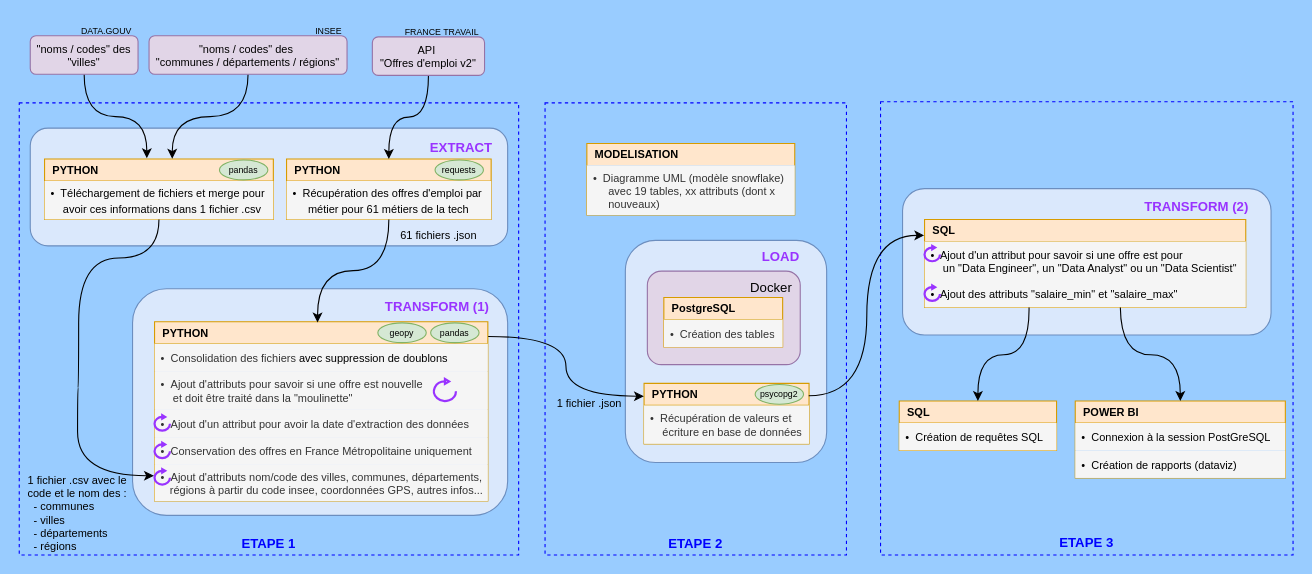
The draw.io diagram workflow_global.drawio in vimchun/Job-Market-in-France, before the edit. Source tidied: cells renumbered, new cells numbered last; positions are measured from the earlier drawing's top-left corner, leaving out a move shared by most shapes. Both pictures are drawn from the tidied source at 110%, with x=0, y=0 at pixel (19, 19).
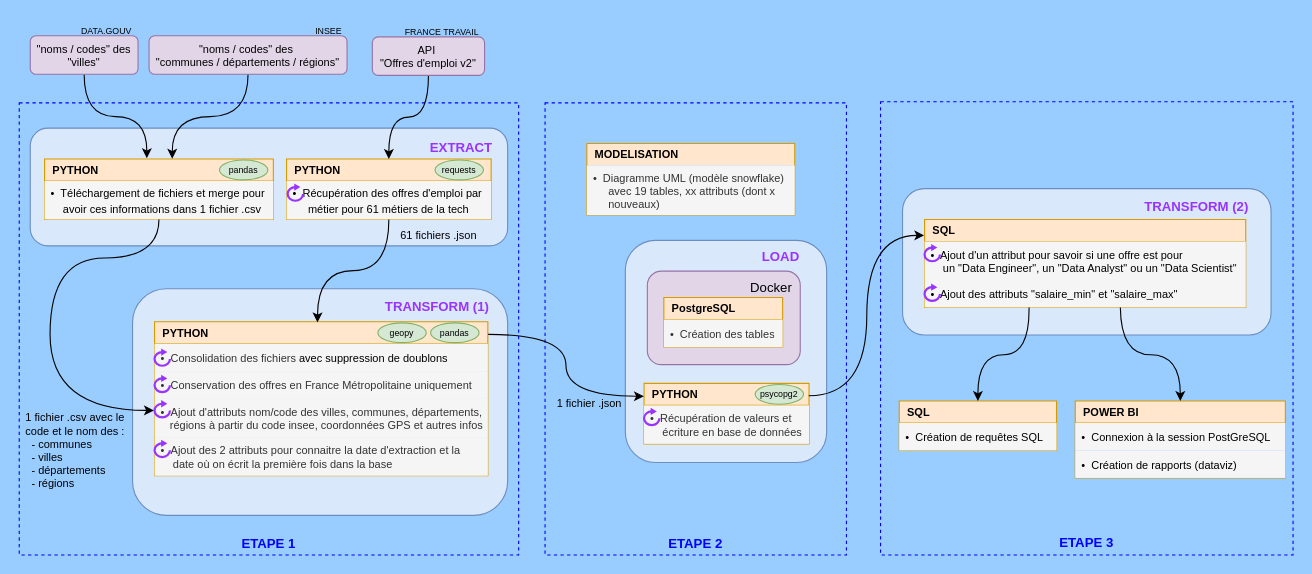
After the change.

The change refers to these unchanged cells:
```xml
<mxCell id="35" value="&lt;b&gt;&amp;nbsp; PYTHON&lt;/b&gt;" style="swimlane;fontStyle=0;horizontal=1;startSize=20;whiteSpace=wrap;html=1;fillColor=#ffe6cc;strokeColor=#d79b00;rounded=0;align=left;swimlaneLine=1;glass=0;shadow=0;swimlaneHead=1;swimlaneBody=1;verticalAlign=middle;fontFamily=Helvetica;fontSize=10;fontColor=default;" parent="1" vertex="1">
  <mxGeometry x="23" y="127" width="208" height="55" as="geometry" />
</mxCell>
```

What changed in the source:
```diff
@@
     <mxCell id="16" value="&lt;b&gt;&lt;font style=&quot;font-size: 10px;&quot;&gt;&amp;nbsp; PYTHON&lt;/font&gt;&lt;/b&gt;" style="swimlane;fontStyle=0;horizontal=1;startSize=20;whiteSpace=wrap;html=1;fillColor=#ffe6cc;strokeColor=#d79b00;rounded=0;align=left;shadow=0;glass=0;verticalAlign=middle;fontFamily=Helvetica;fontSize=12;" parent="1" vertex="1">
-      <mxGeometry x="123" y="275" width="303" height="163" as="geometry" />
+      <mxGeometry x="123" y="275" width="303" height="140" as="geometry" />
     </mxCell>
@@
-    <mxCell id="18" value="•&amp;nbsp;&amp;nbsp;Ajout d'attributs pour savoir si une offre est nouvelle&amp;nbsp;&lt;div&gt;&lt;span style=&quot;background-color: transparent; color: light-dark(rgb(51, 51, 51), rgb(193, 193, 193));&quot;&gt;&amp;nbsp; &amp;nbsp; et doit être traité dans la &quot;moulinette&quot;&lt;/span&gt;&lt;/div&gt;" style="text;strokeColor=none;fillColor=#f5f5f5;align=left;verticalAlign=middle;spacingLeft=4;spacingRight=4;overflow=hidden;whiteSpace=wrap;html=1;fontFamily=Helvetica;fontSize=10;fontColor=#333333;fontStyle=0;" parent="16" vertex="1">
-      <mxGeometry y="45" width="303" height="35" as="geometry" />
-    </mxCell>
-    <mxCell id="19" value="•&amp;nbsp;&amp;nbsp;Ajout d'un attribut pour avoir la date d'extraction des données&amp;nbsp;" style="text;strokeColor=none;fillColor=#f5f5f5;align=left;verticalAlign=middle;spacingLeft=4;spacingRight=4;overflow=hidden;whiteSpace=wrap;html=1;fontFamily=Helvetica;fontSize=10;fontColor=#333333;fontStyle=0;" parent="16" vertex="1">
-      <mxGeometry y="80" width="303" height="25" as="geometry" />
-    </mxCell>
     <mxCell id="20" value="•&amp;nbsp;&amp;nbsp;Conservation des offres en France Métropolitaine uniquement" style="text;strokeColor=none;fillColor=#f5f5f5;align=left;verticalAlign=middle;spacingLeft=4;spacingRight=4;overflow=hidden;whiteSpace=wrap;html=1;fontFamily=Helvetica;fontSize=10;fontColor=#333333;fontStyle=0;" parent="16" vertex="1">
-      <mxGeometry y="105" width="303" height="25" as="geometry" />
+      <mxGeometry y="45" width="303" height="25" as="geometry" />
     </mxCell>
-    <mxCell id="21" value="•&amp;nbsp;&amp;nbsp;Ajout d'attributs nom/code des villes, communes, départements,&lt;div&gt;&amp;nbsp; &amp;nbsp;régions à partir&amp;nbsp;&lt;span style=&quot;background-color: transparent; color: light-dark(rgb(51, 51, 51), rgb(193, 193, 193));&quot;&gt;du code insee, coordonnées GPS, autres infos...&lt;/span&gt;&lt;/div&gt;" style="text;strokeColor=none;fillColor=#f5f5f5;align=left;verticalAlign=middle;spacingLeft=4;spacingRight=4;overflow=hidden;points=[[0,0.5],[1,0.5]];portConstraint=eastwest;whiteSpace=wrap;html=1;fontFamily=Helvetica;fontSize=10;fontColor=#333333;fontStyle=0;" parent="16" vertex="1">
-      <mxGeometry y="130" width="303" height="33" as="geometry" />
+    <mxCell id="21" value="•&amp;nbsp;&amp;nbsp;Ajout d'attributs nom/code des villes, communes, départements,&lt;div&gt;&amp;nbsp; &amp;nbsp;régions à partir&amp;nbsp;&lt;span style=&quot;background-color: transparent; color: light-dark(rgb(51, 51, 51), rgb(193, 193, 193));&quot;&gt;du code insee, coordonnées GPS et autres infos&lt;/span&gt;&lt;/div&gt;" style="text;strokeColor=none;fillColor=#f5f5f5;align=left;verticalAlign=middle;spacingLeft=4;spacingRight=4;overflow=hidden;points=[[0,0.5],[1,0.5]];portConstraint=eastwest;whiteSpace=wrap;html=1;fontFamily=Helvetica;fontSize=10;fontColor=#333333;fontStyle=0;" parent="16" vertex="1">
+      <mxGeometry y="70" width="303" height="35" as="geometry" />
     </mxCell>
+    <mxCell id="19" value="•&amp;nbsp;&amp;nbsp;Ajout des 2 attributs pour connaitre la date d'extraction et la&amp;nbsp;&lt;div&gt;&amp;nbsp; &amp;nbsp; date où on écrit la première fois dans la base&lt;/div&gt;" style="text;strokeColor=none;fillColor=#f5f5f5;align=left;verticalAlign=middle;spacingLeft=4;spacingRight=4;overflow=hidden;whiteSpace=wrap;html=1;fontFamily=Helvetica;fontSize=10;fontColor=#333333;fontStyle=0;" parent="16" vertex="1">
+      <mxGeometry y="105" width="303" height="35" as="geometry" />
+    </mxCell>
@@
     <mxCell id="55" value="1 fichier .csv avec le code et le nom des :&lt;div&gt;&lt;div&gt;&amp;nbsp; -&amp;nbsp;&lt;span style=&quot;background-color: transparent; color: light-dark(rgb(0, 0, 0), rgb(255, 255, 255));&quot;&gt;communes&lt;/span&gt;&lt;/div&gt;&lt;div&gt;&amp;nbsp; -&amp;nbsp;&lt;span style=&quot;background-color: transparent; color: light-dark(rgb(0, 0, 0), rgb(255, 255, 255));&quot;&gt;villes&lt;/span&gt;&lt;/div&gt;&lt;div&gt;&amp;nbsp; -&amp;nbsp;&lt;span style=&quot;background-color: transparent; color: light-dark(rgb(0, 0, 0), rgb(255, 255, 255));&quot;&gt;départements&lt;/span&gt;&lt;/div&gt;&lt;div&gt;&amp;nbsp; -&amp;nbsp;&lt;span style=&quot;background-color: transparent; color: light-dark(rgb(0, 0, 0), rgb(255, 255, 255));&quot;&gt;régions&lt;/span&gt;&lt;/div&gt;&lt;/div&gt;" style="text;html=1;align=left;verticalAlign=middle;whiteSpace=wrap;rounded=0;fontSize=10;" parent="1" vertex="1">
-      <mxGeometry x="6" y="410" width="99" height="77" as="geometry" />
+      <mxGeometry x="4" y="353.5" width="99" height="77" as="geometry" />
     </mxCell>
-    <mxCell id="56" style="html=1;verticalLabelPosition=bottom;align=center;labelBackgroundColor=#ffffff;verticalAlign=top;strokeWidth=2;strokeColor=#9933FF;shadow=0;dashed=0;shape=mxgraph.ios7.icons.reload;fillColor=none;gradientColor=default;" parent="1" vertex="1">
-      <mxGeometry x="377" y="327" width="20" height="20" as="geometry" />
-    </mxCell>
     <mxCell id="57" style="html=1;verticalLabelPosition=bottom;align=center;labelBackgroundColor=#ffffff;verticalAlign=top;strokeWidth=2;strokeColor=#9933FF;shadow=0;dashed=0;shape=mxgraph.ios7.icons.reload;fillColor=none;gradientColor=default;" parent="1" vertex="1">
-      <mxGeometry x="123" y="360" width="14" height="14" as="geometry" />
+      <mxGeometry x="123" y="325" width="14" height="14" as="geometry" />
     </mxCell>
     <mxCell id="58" style="html=1;verticalLabelPosition=bottom;align=center;labelBackgroundColor=#ffffff;verticalAlign=top;strokeWidth=2;strokeColor=#9933FF;shadow=0;dashed=0;shape=mxgraph.ios7.icons.reload;fillColor=none;gradientColor=default;" parent="1" vertex="1">
-      <mxGeometry x="123" y="385" width="14" height="14" as="geometry" />
+      <mxGeometry x="123" y="348" width="14" height="14" as="geometry" />
     </mxCell>
     <mxCell id="59" style="html=1;verticalLabelPosition=bottom;align=center;labelBackgroundColor=#ffffff;verticalAlign=top;strokeWidth=2;strokeColor=#9933FF;shadow=0;dashed=0;shape=mxgraph.ios7.icons.reload;fillColor=none;gradientColor=default;" parent="1" vertex="1">
-      <mxGeometry x="123" y="409" width="14" height="14" as="geometry" />
+      <mxGeometry x="123" y="384" width="14" height="14" as="geometry" />
     </mxCell>
     <mxCell id="60" style="edgeStyle=orthogonalEdgeStyle;rounded=0;jettySize=auto;html=1;entryX=-0.002;entryY=0.303;entryDx=0;entryDy=0;entryPerimeter=0;curved=1;exitX=0.5;exitY=1;exitDx=0;exitDy=0;" parent="1" edge="1" source="35" target="21">
       <mxGeometry relative="1" as="geometry">
         <Array as="points">
           <mxPoint x="127" y="217" />
-          <mxPoint x="54" y="217" />
-          <mxPoint x="54" y="335" />
-          <mxPoint x="53" y="335" />
-          <mxPoint x="53" y="415" />
+          <mxPoint x="28" y="217" />
+          <mxPoint x="28" y="356" />
+          <mxPoint x="122" y="356" />
         </Array>
       </mxGeometry>
     </mxCell>
@@
+    <mxCell id="63" style="html=1;verticalLabelPosition=bottom;align=center;labelBackgroundColor=#ffffff;verticalAlign=top;strokeWidth=2;strokeColor=#9933FF;shadow=0;dashed=0;shape=mxgraph.ios7.icons.reload;fillColor=none;gradientColor=default;" parent="1" vertex="1">
+      <mxGeometry x="123" y="301" width="14" height="14" as="geometry" />
+    </mxCell>
+    <mxCell id="64" style="html=1;verticalLabelPosition=bottom;align=center;labelBackgroundColor=#ffffff;verticalAlign=top;strokeWidth=2;strokeColor=#9933FF;shadow=0;dashed=0;shape=mxgraph.ios7.icons.reload;fillColor=none;gradientColor=default;" parent="1" vertex="1">
+      <mxGeometry x="244" y="151" width="14" height="14" as="geometry" />
+    </mxCell>
+    <mxCell id="65" style="html=1;verticalLabelPosition=bottom;align=center;labelBackgroundColor=#ffffff;verticalAlign=top;strokeWidth=2;strokeColor=#9933FF;shadow=0;dashed=0;shape=mxgraph.ios7.icons.reload;fillColor=none;gradientColor=default;" parent="1" vertex="1">
+      <mxGeometry x="568" y="355" width="14" height="14" as="geometry" />
+    </mxCell>
```
